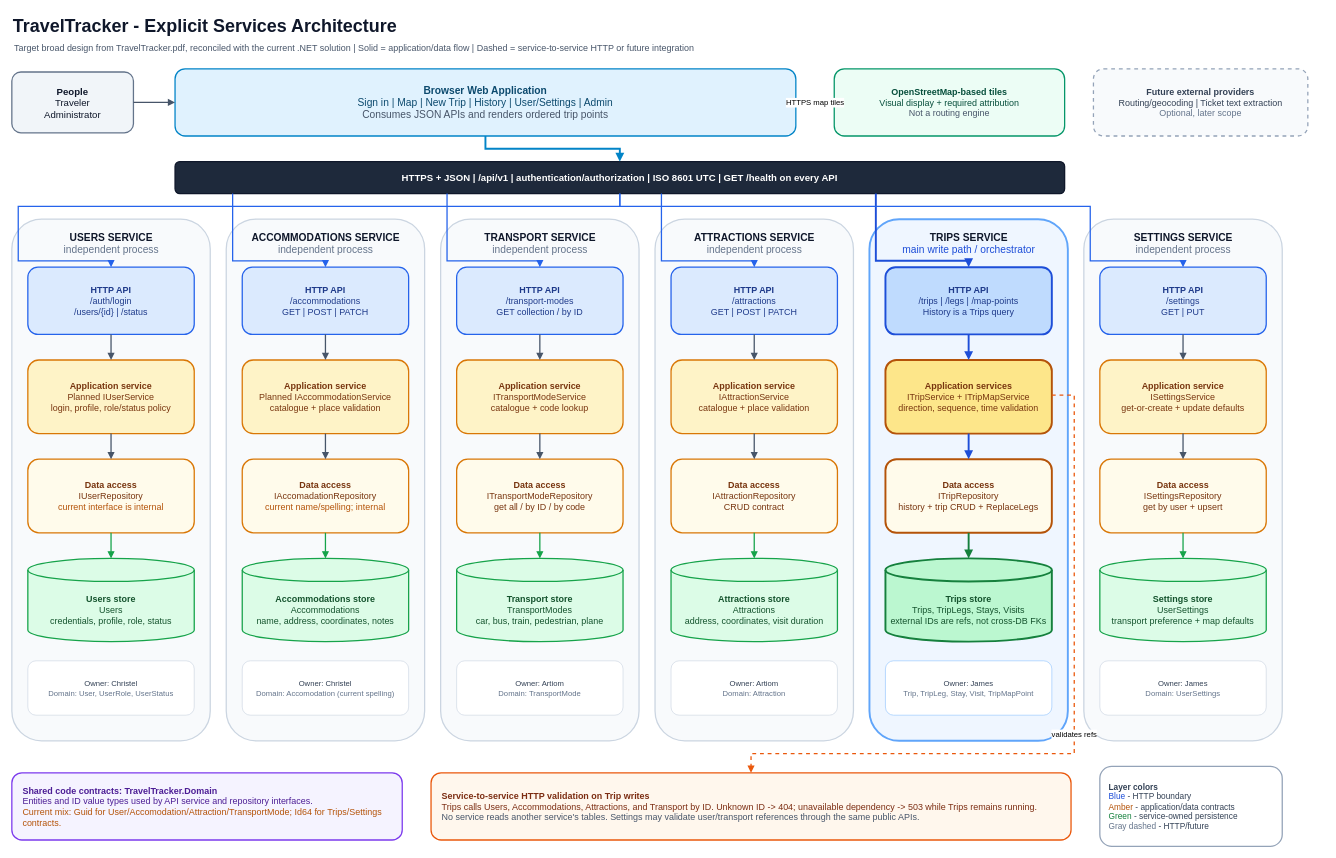
NewWaveOwl/TravelTracker keeps this draw.io diagram as page "1 - Target service architecture" (1 of 2) of docs/TravelTracker-Explicit-Services-Architecture.drawio. Above is the earlier version. Source tidied: cells renumbered, new cells numbered last; positions are measured from the earlier drawing's top-left corner, leaving out a move shared by most shapes. Both pictures are drawn from the tidied source at 64%, with x=0, y=0 at pixel (12, 11).
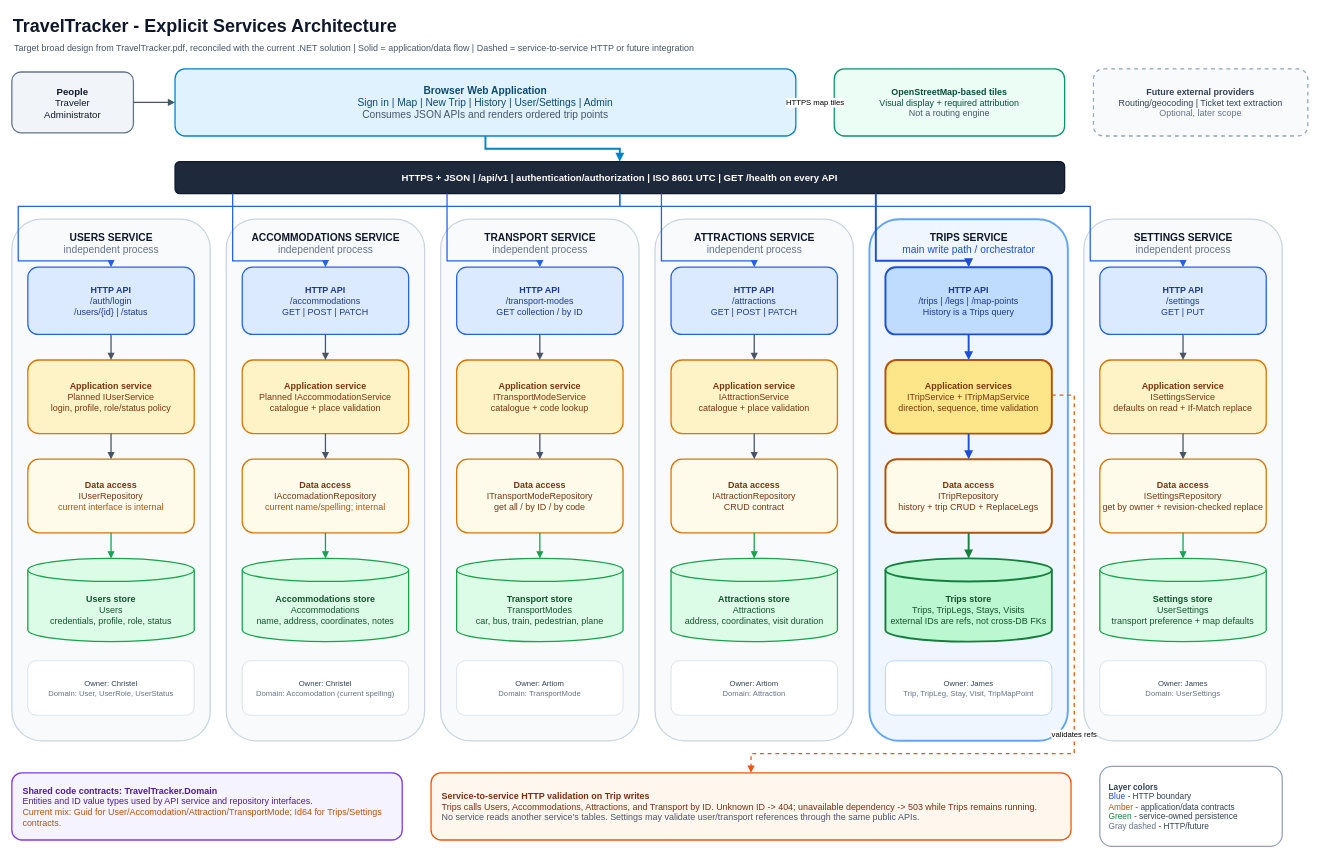
The same page after the edit.

Commit message (it also covers changes not shown here):
update settings boxes in architecture diagrams to match the service

What changed in the source:
```diff
@@
-    <mxCell id="50" value="&lt;b&gt;Application service&lt;/b&gt;&lt;br&gt;ISettingsService&lt;br&gt;get-or-create + update defaults" style="rounded=1;whiteSpace=wrap;html=1;fillColor=#FEF3C7;strokeColor=#D97706;strokeWidth=2;fontSize=14;fontColor=#78350F;" parent="1" vertex="1">
+    <mxCell id="50" value="&lt;b&gt;Application service&lt;/b&gt;&lt;br&gt;ISettingsService&lt;br&gt;defaults on read + If-Match replace" style="rounded=1;whiteSpace=wrap;html=1;fillColor=#FEF3C7;strokeColor=#D97706;strokeWidth=2;fontSize=14;fontColor=#78350F;" parent="1" vertex="1">
       <mxGeometry x="1700" y="545" width="260" height="115" as="geometry" />
     </mxCell>
-    <mxCell id="51" value="&lt;b&gt;Data access&lt;/b&gt;&lt;br&gt;ISettingsRepository&lt;br&gt;get by user + upsert" style="rounded=1;whiteSpace=wrap;html=1;fillColor=#FFFBEB;strokeColor=#D97706;strokeWidth=2;fontSize=14;fontColor=#78350F;" parent="1" vertex="1">
+    <mxCell id="51" value="&lt;b&gt;Data access&lt;/b&gt;&lt;br&gt;ISettingsRepository&lt;br&gt;get by owner + revision-checked replace" style="rounded=1;whiteSpace=wrap;html=1;fillColor=#FFFBEB;strokeColor=#D97706;strokeWidth=2;fontSize=14;fontColor=#78350F;" parent="1" vertex="1">
       <mxGeometry x="1700" y="700" width="260" height="115" as="geometry" />
     </mxCell>
```
